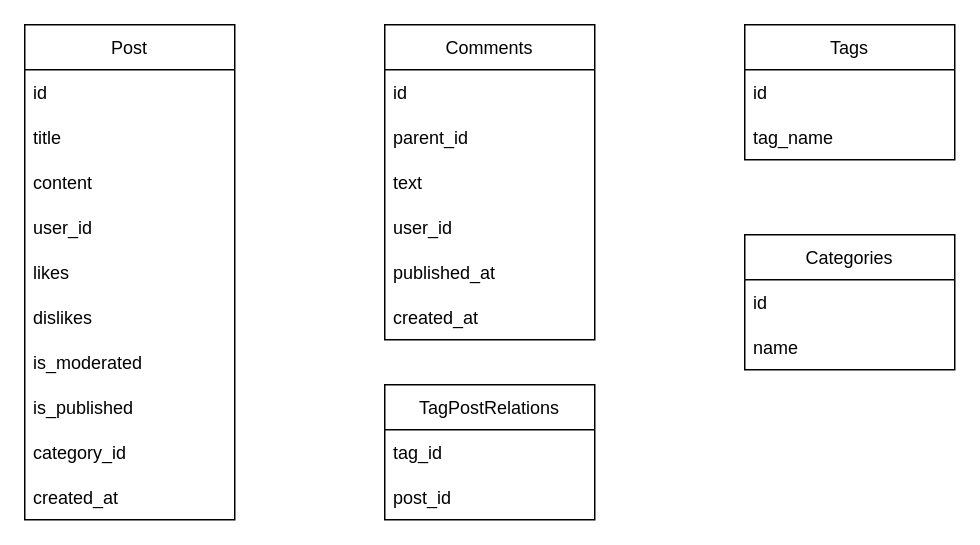
Before: Untitled Diagram.drawio in melloncholy/authv5, a draw.io diagram. Source tidied: cells renumbered, new cells numbered last; positions are measured from the earlier drawing's top-left corner, leaving out a move shared by most shapes. Both pictures are drawn from the tidied source at 150%, with x=0, y=0 at pixel (24, 24).
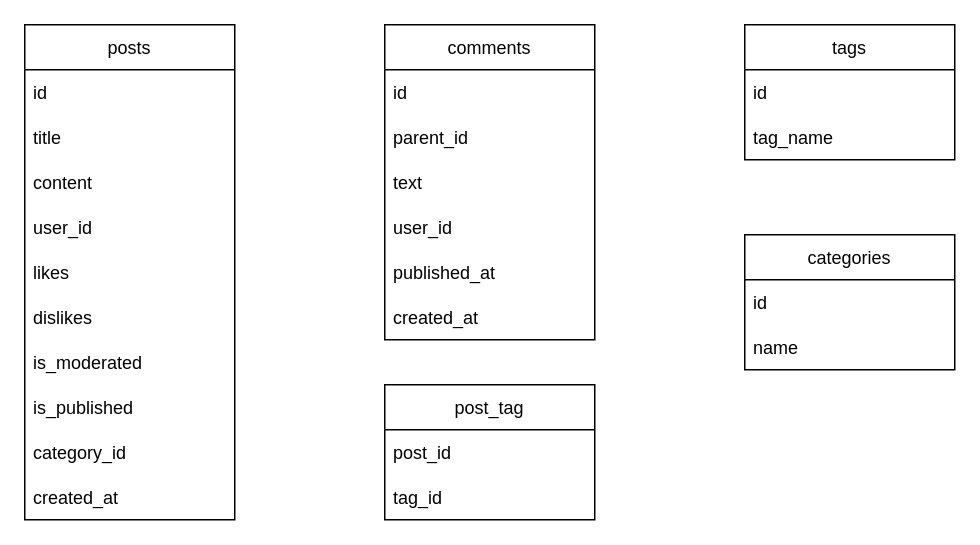
The same page after the edit.

What changed in the source:
```diff
@@
-    <mxCell id="2" value="Post" style="swimlane;fontStyle=0;horizontal=1;startSize=30;" parent="1" vertex="1">
+    <mxCell id="2" value="posts" style="swimlane;fontStyle=0;horizontal=1;startSize=30;" parent="1" vertex="1">
       <mxGeometry width="140" height="330" as="geometry" />
     </mxCell>
@@
-    <mxCell id="13" value="Comments" style="swimlane;fontStyle=0;horizontal=1;startSize=30;" parent="1" vertex="1">
+    <mxCell id="13" value="comments" style="swimlane;fontStyle=0;horizontal=1;startSize=30;" parent="1" vertex="1">
       <mxGeometry x="240" width="140" height="210" as="geometry" />
     </mxCell>
@@
-    <mxCell id="20" value="Tags" style="swimlane;fontStyle=0;horizontal=1;startSize=30;" parent="1" vertex="1">
+    <mxCell id="20" value="tags" style="swimlane;fontStyle=0;horizontal=1;startSize=30;" parent="1" vertex="1">
       <mxGeometry x="480" width="140" height="90" as="geometry" />
     </mxCell>
@@
-    <mxCell id="23" value="TagPostRelations" style="swimlane;fontStyle=0;horizontal=1;startSize=30;" parent="1" vertex="1">
+    <mxCell id="23" value="post_tag" style="swimlane;fontStyle=0;horizontal=1;startSize=30;" parent="1" vertex="1">
       <mxGeometry x="240" y="240" width="140" height="90" as="geometry" />
     </mxCell>
+    <mxCell id="25" value="post_id" style="text;strokeColor=none;fillColor=none;align=left;verticalAlign=middle;spacingLeft=4;spacingRight=4;overflow=hidden;" parent="23" vertex="1">
+      <mxGeometry y="30" width="140" height="30" as="geometry" />
+    </mxCell>
     <mxCell id="24" value="tag_id" style="text;strokeColor=none;fillColor=none;align=left;verticalAlign=middle;spacingLeft=4;spacingRight=4;overflow=hidden;" parent="23" vertex="1">
-      <mxGeometry y="30" width="140" height="30" as="geometry" />
+      <mxGeometry y="60" width="140" height="30" as="geometry" />
     </mxCell>
-    <mxCell id="25" value="post_id" style="text;strokeColor=none;fillColor=none;align=left;verticalAlign=middle;spacingLeft=4;spacingRight=4;overflow=hidden;" parent="23" vertex="1">
-      <mxGeometry y="60" width="140" height="30" as="geometry" />
-    </mxCell>
-    <mxCell id="26" value="Categories" style="swimlane;fontStyle=0;horizontal=1;startSize=30;" parent="1" vertex="1">
+    <mxCell id="26" value="categories" style="swimlane;fontStyle=0;horizontal=1;startSize=30;" parent="1" vertex="1">
       <mxGeometry x="480" y="140" width="140" height="90" as="geometry" />
     </mxCell>
```
